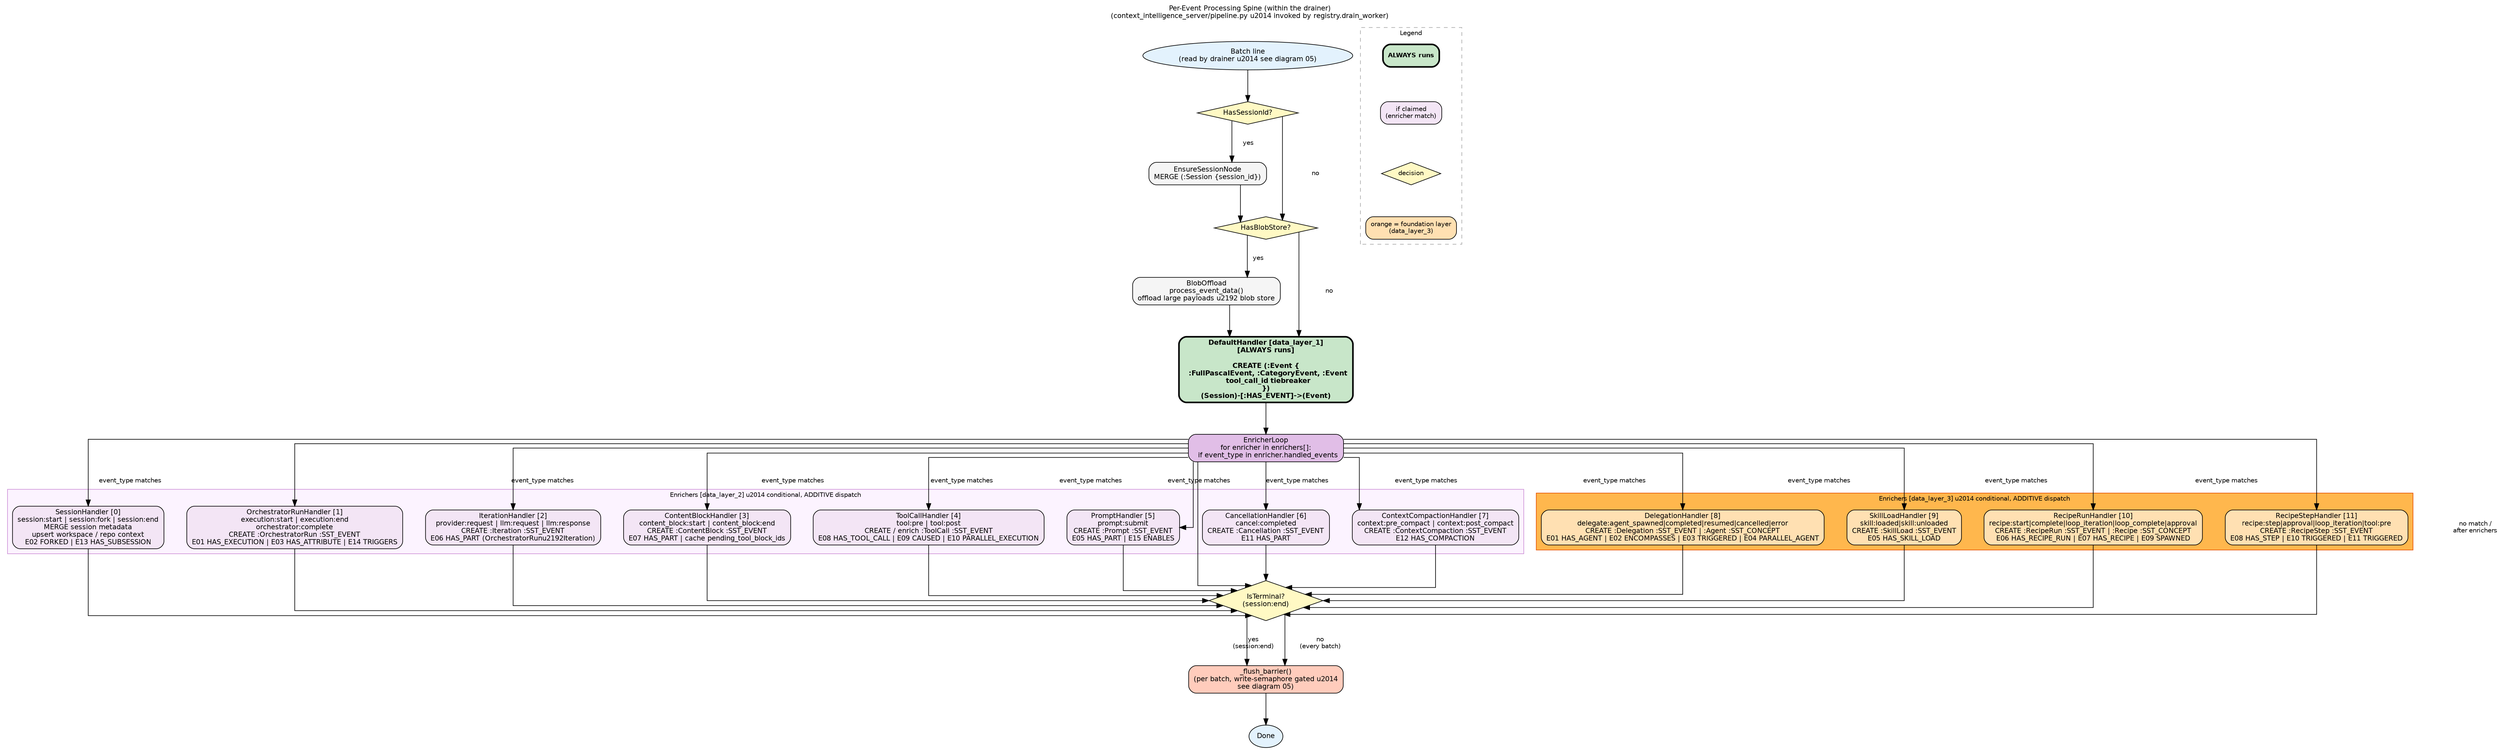
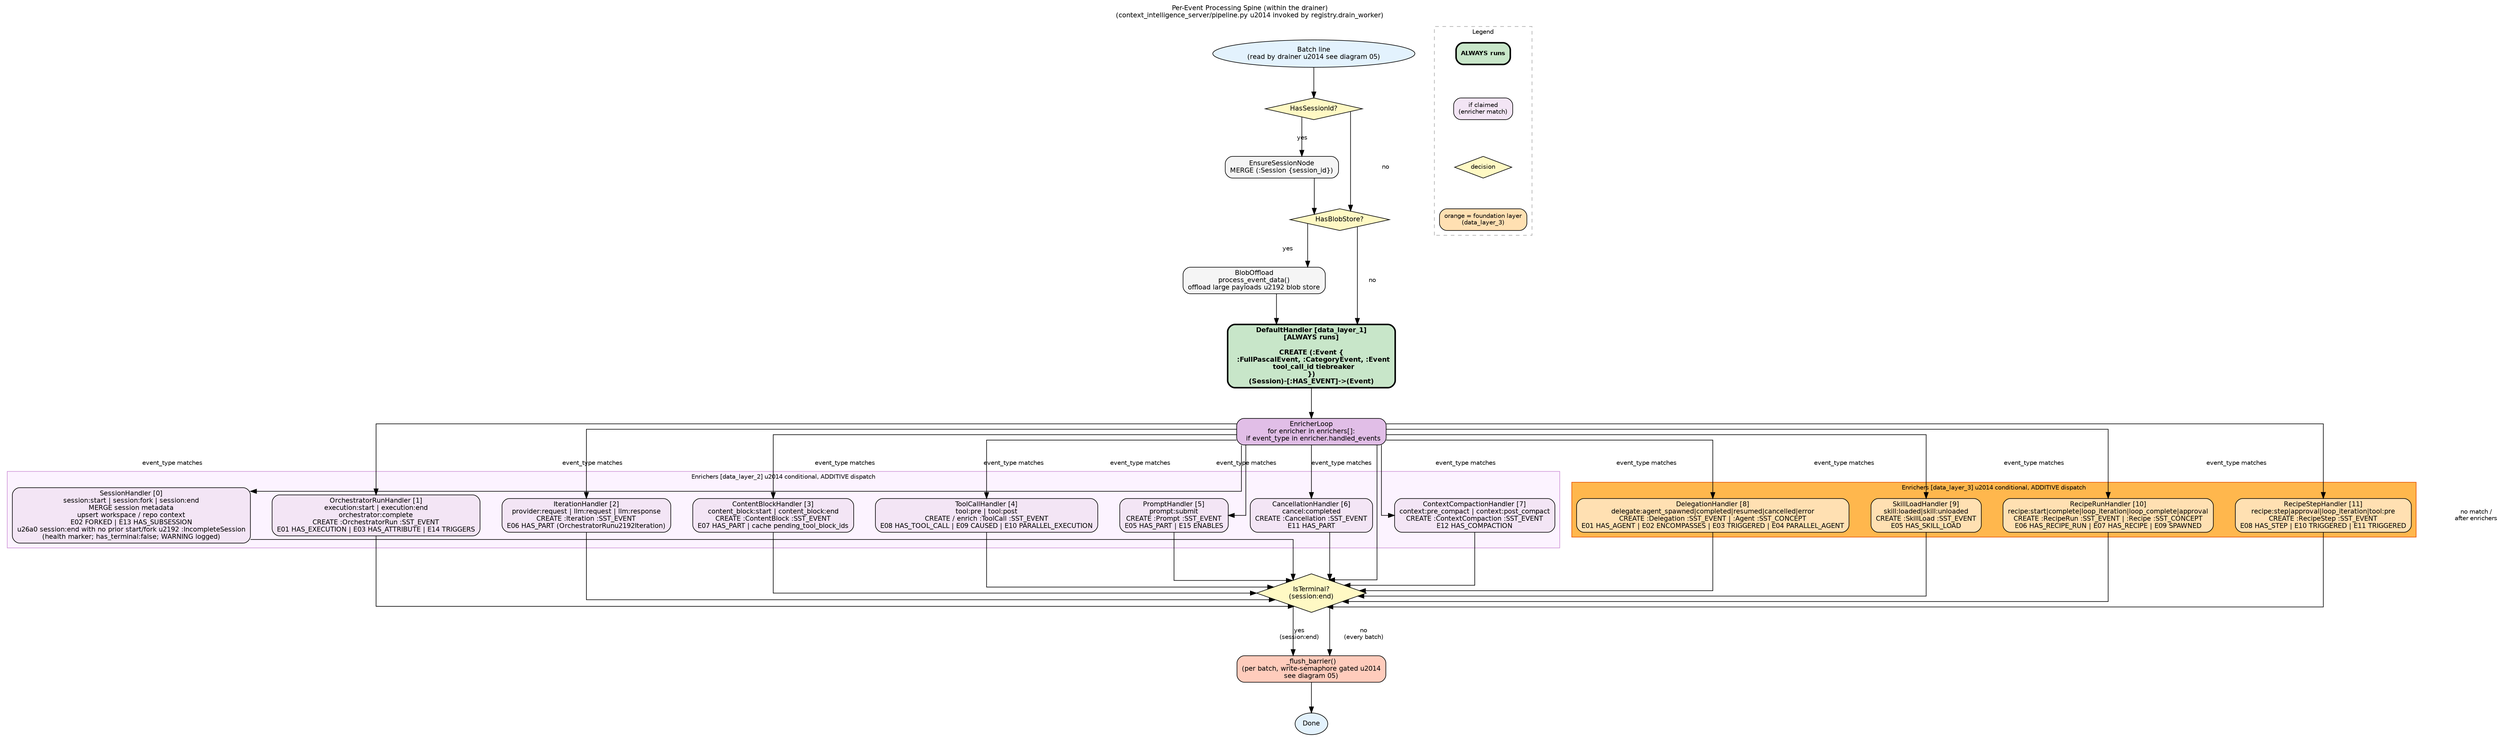
digraph pipeline_flow {
    // -- Global defaults ------------------------------------------------------
    graph [
        rankdir   = TB
        splines   = ortho
        compound  = true
        nodesep   = 0.5
        ranksep   = 0.7
        fontname  = "Helvetica"
        fontsize  = 11
        label     = "Per-Event Processing Spine (within the drainer)\n(context_intelligence_server/pipeline.py \u2014 invoked by registry.drain_worker)"
        labelloc  = t
        labeljust = c
    ]
    node [
        fontname = "Helvetica"
        fontsize = 11
        style    = "filled,rounded"
        shape    = box
    ]
    edge [
        fontname = "Helvetica"
        fontsize = 10
    ]

    // -- Entry ----------------------------------------------------------------
    EventReceived [
        label     = "Batch line\n(read by drainer \u2014 see diagram 05)"
        shape     = oval
        fillcolor = "#E3F2FD"
    ]

    // -- Session guarantee ----------------------------------------------------
    HasSessionId [
        label     = "HasSessionId?"
        shape     = diamond
        fillcolor = "#FFF9C4"
        style     = "filled"
    ]

    EnsureSessionNode [
        label     = "EnsureSessionNode\nMERGE (:Session {session_id})"
        fillcolor = "#F5F5F5"
    ]

    // -- Blob offload ---------------------------------------------------------
    HasBlobStore [
        label     = "HasBlobStore?"
        shape     = diamond
        fillcolor = "#FFF9C4"
        style     = "filled"
    ]

    BlobOffload [
        label     = "BlobOffload\nprocess_event_data()\noffload large payloads \u2192 blob store"
        fillcolor = "#F5F5F5"
    ]

    // -- DefaultHandler (ALWAYS) ----------------------------------------------
    DefaultHandler [
        label     = "DefaultHandler [data_layer_1]\n[ALWAYS runs]\n\nCREATE (:Event {\n  :FullPascalEvent, :CategoryEvent, :Event\n  tool_call_id tiebreaker\n})\n(Session)-[:HAS_EVENT]->(Event)"
        fillcolor = "#C8E6C9"
        fontname  = "Helvetica-Bold"
        penwidth  = 2.5
    ]

    // -- Enricher loop --------------------------------------------------------
    EnricherLoop [
        label     = "EnricherLoop\nfor enricher in enrichers[]:\n  if event_type in enricher.handled_events"
        fillcolor = "#E1BEE7"
    ]

    // -- Enrichers (data_layer_2) -- conditional dispatch ----------------------
    subgraph cluster_enrichers {
        graph [
            label     = "Enrichers [data_layer_2] \u2014 conditional, ADDITIVE dispatch"
            style     = "filled"
            color     = "#CE93D8"
            fillcolor = "#FCF3FF"
            fontname  = "Helvetica"
            fontsize  = 10
        ]

        SessionHandler [
-             label     = "SessionHandler [0]\nsession:start | session:fork | session:end\nMERGE session metadata\nupsert workspace / repo context\nE02 FORKED | E13 HAS_SUBSESSION"
+             label     = "SessionHandler [0]\nsession:start | session:fork | session:end\nMERGE session metadata\nupsert workspace / repo context\nE02 FORKED | E13 HAS_SUBSESSION\n\u26a0 session:end with no prior start/fork \u2192 :IncompleteSession\n(health marker; has_terminal:false; WARNING logged)"
            fillcolor = "#F3E5F5"
        ]

        OrchestratorRunHandler [
            label     = "OrchestratorRunHandler [1]\nexecution:start | execution:end\norchestrator:complete\nCREATE :OrchestratorRun :SST_EVENT\nE01 HAS_EXECUTION | E03 HAS_ATTRIBUTE | E14 TRIGGERS"
            fillcolor = "#F3E5F5"
        ]

        IterationHandler [
            label     = "IterationHandler [2]\nprovider:request | llm:request | llm:response\nCREATE :Iteration :SST_EVENT\nE06 HAS_PART (OrchestratorRun\u2192Iteration)"
            fillcolor = "#F3E5F5"
        ]

        ContentBlockHandler [
            label     = "ContentBlockHandler [3]\ncontent_block:start | content_block:end\nCREATE :ContentBlock :SST_EVENT\nE07 HAS_PART | cache pending_tool_block_ids"
            fillcolor = "#F3E5F5"
        ]

        ToolCallHandler [
            label     = "ToolCallHandler [4]\ntool:pre | tool:post\nCREATE / enrich :ToolCall :SST_EVENT\nE08 HAS_TOOL_CALL | E09 CAUSED | E10 PARALLEL_EXECUTION"
            fillcolor = "#F3E5F5"
        ]

        PromptHandler [
            label     = "PromptHandler [5]\nprompt:submit\nCREATE :Prompt :SST_EVENT\nE05 HAS_PART | E15 ENABLES"
            fillcolor = "#F3E5F5"
        ]

        CancellationHandler [
            label     = "CancellationHandler [6]\ncancel:completed\nCREATE :Cancellation :SST_EVENT\nE11 HAS_PART"
            fillcolor = "#F3E5F5"
        ]

        ContextCompactionHandler [
            label     = "ContextCompactionHandler [7]\ncontext:pre_compact | context:post_compact\nCREATE :ContextCompaction :SST_EVENT\nE12 HAS_COMPACTION"
            fillcolor = "#F3E5F5"
        ]
    }

    // -- Enrichers (data_layer_3) -- conditional dispatch ----------------------
    subgraph cluster_data_layer_3 {
        graph [
            label     = "Enrichers [data_layer_3] \u2014 conditional, ADDITIVE dispatch"
            style     = "filled"
            color     = "#E65100"
            fillcolor = "#FFB74D"
            fontname  = "Helvetica"
            fontsize  = 10
        ]

        DelegationHandler [
            label     = "DelegationHandler [8]\ndelegate:agent_spawned|completed|resumed|cancelled|error\nCREATE :Delegation :SST_EVENT | :Agent :SST_CONCEPT\nE01 HAS_AGENT | E02 ENCOMPASSES | E03 TRIGGERED | E04 PARALLEL_AGENT"
            fillcolor = "#FFE0B2"
        ]

        SkillLoadHandler [
            label     = "SkillLoadHandler [9]\nskill:loaded|skill:unloaded\nCREATE :SkillLoad :SST_EVENT\nE05 HAS_SKILL_LOAD"
            fillcolor = "#FFE0B2"
        ]

        RecipeRunHandler [
            label     = "RecipeRunHandler [10]\nrecipe:start|complete|loop_iteration|loop_complete|approval\nCREATE :RecipeRun :SST_EVENT | :Recipe :SST_CONCEPT\nE06 HAS_RECIPE_RUN | E07 HAS_RECIPE | E09 SPAWNED"
            fillcolor = "#FFE0B2"
        ]

        RecipeStepHandler [
            label     = "RecipeStepHandler [11]\nrecipe:step|approval|loop_iteration|tool:pre\nCREATE :RecipeStep :SST_EVENT\nE08 HAS_STEP | E10 TRIGGERED | E11 TRIGGERED"
            fillcolor = "#FFE0B2"
        ]
    }

    // -- Terminal check -------------------------------------------------------
    IsTerminal [
        label     = "IsTerminal?\n(session:end)"
        shape     = diamond
        fillcolor = "#FFF9C4"
        style     = "filled"
    ]

    // -- Flush ----------------------------------------------------------------
    GraphFlush [
        label     = "_flush_barrier()\n(per batch, write-semaphore gated \u2014\nsee diagram 05)"
        fillcolor = "#FFCCBC"
    ]

    // -- Done -----------------------------------------------------------------
    Done [
        label     = "Done"
        shape     = oval
        fillcolor = "#E3F2FD"
    ]

    // -- Edges ----------------------------------------------------------------
    EventReceived   -> HasSessionId

    HasSessionId    -> EnsureSessionNode [label = "yes"]
    HasSessionId    -> HasBlobStore      [label = "no"]
    EnsureSessionNode -> HasBlobStore

    HasBlobStore    -> BlobOffload       [label = "yes"]
    HasBlobStore    -> DefaultHandler    [label = "no"]
    BlobOffload     -> DefaultHandler

    DefaultHandler  -> EnricherLoop

    // Fan-out to enrichers (compound edge to cluster head)
    EnricherLoop    -> SessionHandler            [label = "event_type matches"]
    EnricherLoop    -> OrchestratorRunHandler    [label = "event_type matches"]
    EnricherLoop    -> IterationHandler          [label = "event_type matches"]
    EnricherLoop    -> ContentBlockHandler       [label = "event_type matches"]
    EnricherLoop    -> ToolCallHandler           [label = "event_type matches"]
    EnricherLoop    -> PromptHandler             [label = "event_type matches"]
    EnricherLoop    -> CancellationHandler       [label = "event_type matches"]
    EnricherLoop    -> ContextCompactionHandler  [label = "event_type matches"]
    EnricherLoop    -> DelegationHandler         [label = "event_type matches"]
    EnricherLoop    -> SkillLoadHandler          [label = "event_type matches"]
    EnricherLoop    -> RecipeRunHandler          [label = "event_type matches"]
    EnricherLoop    -> RecipeStepHandler         [label = "event_type matches"]
    EnricherLoop    -> IsTerminal                [label = "no match /\nafter enrichers"]

    // Fan-in from enrichers
    SessionHandler           -> IsTerminal
    OrchestratorRunHandler   -> IsTerminal
    IterationHandler         -> IsTerminal
    ContentBlockHandler      -> IsTerminal
    ToolCallHandler          -> IsTerminal
    PromptHandler            -> IsTerminal
    CancellationHandler      -> IsTerminal
    ContextCompactionHandler -> IsTerminal
    DelegationHandler        -> IsTerminal
    SkillLoadHandler         -> IsTerminal
    RecipeRunHandler         -> IsTerminal
    RecipeStepHandler        -> IsTerminal

    IsTerminal -> GraphFlush [label = "yes\n(session:end)"]
    IsTerminal -> GraphFlush [label = "no\n(every batch)"]

    GraphFlush -> Done

    // -- Legend ---------------------------------------------------------------
    subgraph cluster_legend {
        graph [
            label     = "Legend"
            fontsize  = 10
            fontname  = "Helvetica"
            style     = "dashed"
            color     = "#AAAAAA"
        ]
        node [fontsize = 10]

        LegendAlways [
            label     = "ALWAYS runs"
            fillcolor = "#C8E6C9"
            fontname  = "Helvetica-Bold"
            penwidth  = 2.5
        ]
        LegendClaimed [
            label     = "if claimed\n(enricher match)"
            fillcolor = "#F3E5F5"
        ]
        LegendDecision [
            label     = "decision"
            shape     = diamond
            fillcolor = "#FFF9C4"
            style     = "filled"
        ]

        LegendLayer3 [
            label     = "orange = foundation layer\n(data_layer_3)"
            fillcolor = "#FFE0B2"
        ]

        LegendAlways -> LegendClaimed -> LegendDecision -> LegendLayer3 [style = invis]
    }
}
